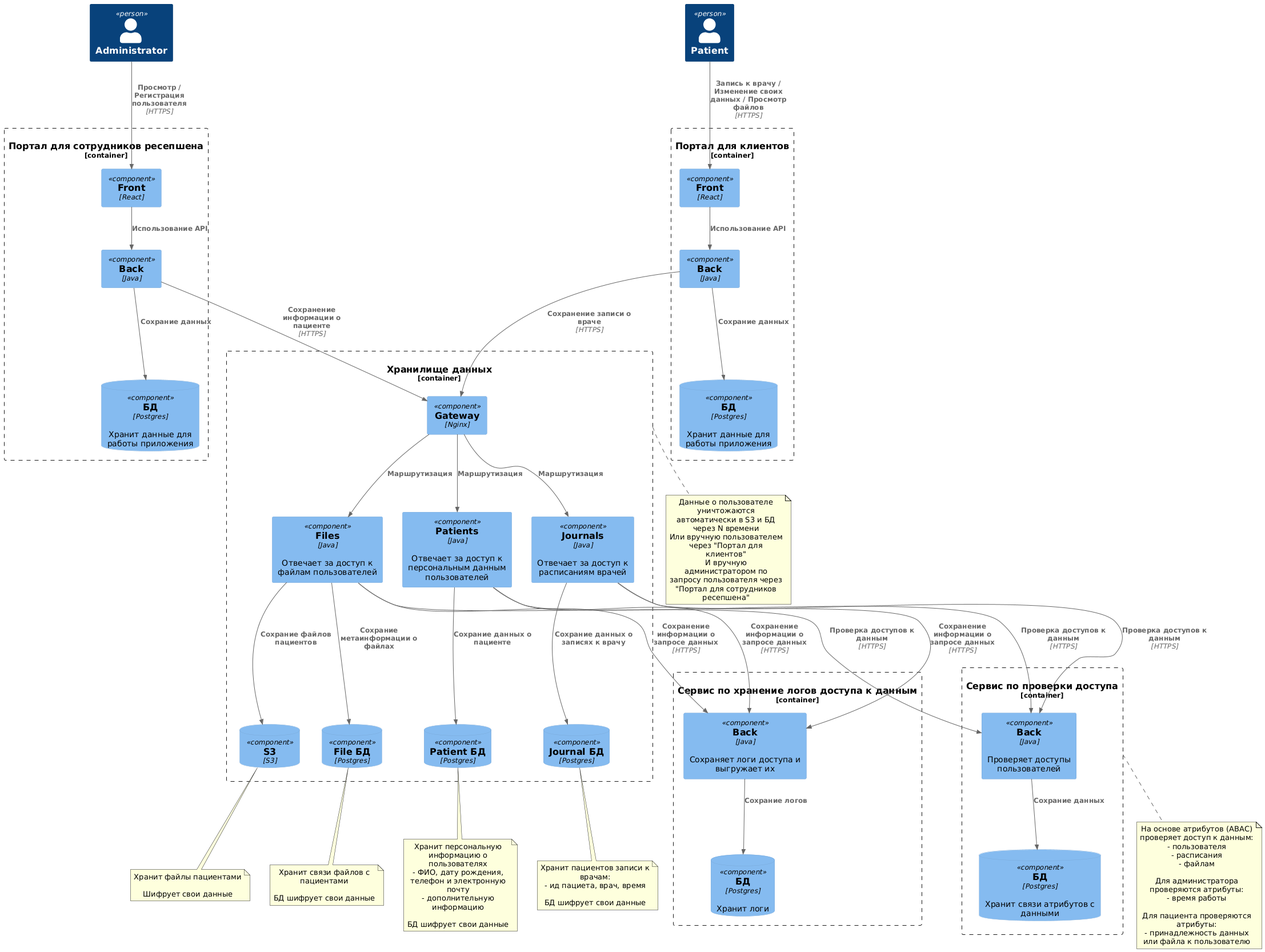
This is Exc2/C4_container.png from Implozium/architecture-sprint-10, a PlantUML export, as it was before one commit.
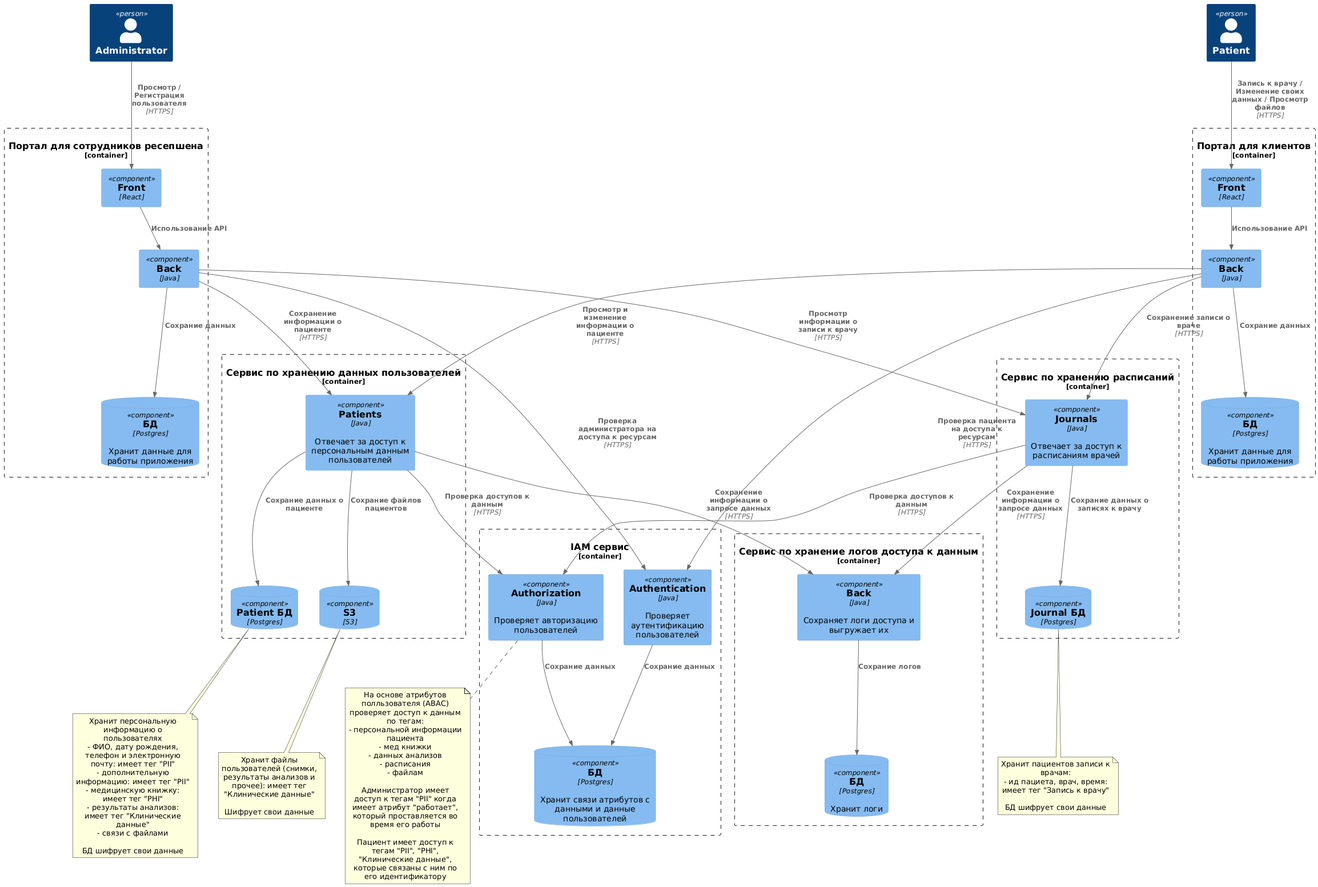
Above is the later version.

What changed in the source:
```diff
@@ -11,80 +11,66 @@
     Rel(logServiceBack, logServiceDB, "Сохрание логов")
 }
 
-Container_Boundary(accessService, "Сервис по проверки доступа") {
-    Component(accessServiceBack, "Back", "Java", "Проверяет доступы пользователей")
-    ComponentDb(accessServiceDB, "БД", "Postgres", "Хранит связи атрибутов с данными")
+Container_Boundary(iamService, "IAM сервис") {
+    Component(iamServiceAuthentication, "Authentication", "Java", "Проверяет аутентификацию пользователей")
+    Component(iamServiceAuthorization, "Authorization", "Java", "Проверяет авторизацию пользователей")
+    ComponentDb(iamServiceDB, "БД", "Postgres", "Хранит связи атрибутов с данными и данные пользователей")
 
-    Rel(accessServiceBack, accessServiceDB, "Сохрание данных")
+    Rel(iamServiceAuthentication, iamServiceDB, "Сохрание данных")
+    Rel(iamServiceAuthorization, iamServiceDB, "Сохрание данных")
 }
 
-note bottom of accessService
-На основе атрибутов (ABAC) проверяет доступ к данным:
-- пользователя
+note bottom of iamServiceAuthorization
+На основе атрибутов полльзователя (ABAC) проверяет доступ к данным по тегам:
+- персональной информации пациента
+- мед книжки
+- данных анализов
 - расписания
 - файлам
 
-Для администратора проверяются атрибуты:
-- время работы
+Администратор имеет доступ к тегам "PII" когда имеет атрибут "работает", который проставляется во время его работы
 
-Для пациента проверяются атрибуты:
-- принадлежность данных или файла к пользователю
+Пациент имеет доступ к тегам "PII", "PHI", "Клинические данные", которые связаны с ним по его идентификатору
 end note
 
-Container_Boundary(dataWarehouse, "Хранилище данных") {
-    Component(dataWarehouseGateway, "Gateway", "Nginx")
-    Component(dataWarehousePatients, "Patients", "Java", "Отвечает за доступ к персональным данным пользователей")
-    Component(dataWarehouseJournals, "Journals", "Java", "Отвечает за доступ к расписаниям врачей")
-    Component(dataWarehouseFiles, "Files", "Java", "Отвечает за доступ к файлам пользователей")
+Container_Boundary(patientService, "Сервис по хранению данных пользователей") {
+    Component(patientsCore, "Patients", "Java", "Отвечает за доступ к персональным данным пользователей")
+    ComponentDb(patientDB, "Patient БД", "Postgres")
+    ComponentDb(patientS3, "S3", "S3")
 
-    ComponentDb(dataWarehousePatientDB, "Patient БД", "Postgres")
-    ComponentDb(dataWarehouseJournalDB, "Journal БД", "Postgres")
-    ComponentDb(dataWarehouseFileDB, "File БД", "Postgres")
-
-    ComponentDb(dataWarehouseS3, "S3", "S3")
-
-    Rel(dataWarehousePatients, dataWarehousePatientDB, "Сохрание данных о пациенте")
-    Rel(dataWarehouseJournals, dataWarehouseJournalDB, "Сохрание данных о записях к врачу")
-    Rel(dataWarehouseFiles, dataWarehouseFileDB, "Сохрание метаинформации о файлах")
-    Rel(dataWarehouseFiles, dataWarehouseS3, "Сохрание файлов пациентов")
-
-    Rel(dataWarehouseGateway, dataWarehousePatients, "Маршрутизация")
-    Rel(dataWarehouseGateway, dataWarehouseJournals, "Маршрутизация")
-    Rel(dataWarehouseGateway, dataWarehouseFiles, "Маршрутизация")
+    Rel(patientsCore, patientS3, "Сохрание файлов пациентов")
+    Rel(patientsCore, patientDB, "Сохрание данных о пациенте")
 }
 
-note bottom of dataWarehousePatientDB
+note bottom of patientDB
 Хранит персональную информацию о пользователях
-- ФИО, дату рождения, телефон и электронную почту
-- дополнительную информацию
+- ФИО, дату рождения, телефон и электронную почту: имеет тег "PII"
+- дополнительную информацию: имеет тег "PII"
+- медицинскую книжку: имеет тег "PHI"
+- результаты анализов: имеет тег "Клинические данные"
+- связи с файлами
 
 БД шифрует свои данные
 end note
 
-note bottom of dataWarehouseJournalDB
-Хранит пациентов записи к врачам:
-- ид пациета, врач, время
-
-БД шифрует свои данные
-end note
-
-note bottom of dataWarehouseFileDB
-Хранит связи файлов с пациентами
-
-БД шифрует свои данные
-end note
-
-note bottom of dataWarehouseS3
-Хранит файлы пациентами
+note bottom of patientS3
+Хранит файлы пользователей (снимки, результаты анализов и прочее): имеет тег "Клинические данные"
 
 Шифрует свои данные
 end note
 
-note bottom of dataWarehouse
-Данные о пользователе уничтожаются автоматически в S3 и БД
-через N времени
-Или вручную пользователем через "Портал для клиентов"
-И вручную администратором по запросу пользователя через "Портал для сотрудников ресепшена"
+Container_Boundary(journalService, "Сервис по хранению расписаний") {
+    Component(journalCore, "Journals", "Java", "Отвечает за доступ к расписаниям врачей")
+    ComponentDb(journalDB, "Journal БД", "Postgres")
+
+    Rel(journalCore, journalDB, "Сохрание данных о записях к врачу")
+}
+
+note bottom of journalDB
+Хранит пациентов записи к врачам:
+- ид пациета, врач, время: имеет тег "Запись к врачу"
+
+БД шифрует свои данные
 end note
 
 Container_Boundary(clientPortal, "Портал для клиентов") {
@@ -105,18 +91,21 @@
     Rel(administratorPortalBack, administratorPortalDB, "Сохрание данных")
 }
 
-Rel(clientPortalBack, dataWarehouseGateway, "Сохранение записи о враче", "HTTPS")
-Rel(administratorPortalBack, dataWarehouseGateway, "Сохранение информации о пациенте", "HTTPS")
+Rel(clientPortalBack, journalCore, "Сохранение записи о враче", "HTTPS")
+Rel(clientPortalBack, patientsCore, "Просмотр и изменение информации о пациенте", "HTTPS")
+Rel(clientPortalBack, iamServiceAuthentication, "Проверка пациента на доступа к ресурсам", "HTTPS")
+
+Rel(administratorPortalBack, patientsCore, "Сохранение информации о пациенте", "HTTPS")
+Rel(administratorPortalBack, journalCore, "Просмотр информации о записи к врачу", "HTTPS")
+Rel(administratorPortalBack, iamServiceAuthentication, "Проверка администратора на доступа к ресурсам", "HTTPS")
 
 Rel(patient, clientPortalFront, "Запись к врачу / Изменение своих данных / Просмотр файлов", "HTTPS")
 
 Rel(administrator, administratorPortalFront, "Просмотр / Регистрация пользователя", "HTTPS")
 
-Rel(dataWarehousePatients, accessServiceBack, "Проверка доступов к данным", "HTTPS")
-Rel(dataWarehouseJournals, accessServiceBack, "Проверка доступов к данным", "HTTPS")
-Rel(dataWarehouseFiles, accessServiceBack, "Проверка доступов к данным", "HTTPS")
+Rel(patientsCore, iamServiceAuthorization, "Проверка доступов к данным", "HTTPS")
+Rel(journalCore, iamServiceAuthorization, "Проверка доступов к данным", "HTTPS")
 
-Rel(dataWarehousePatients, logServiceBack, "Сохранение информации о запросе данных", "HTTPS")
-Rel(dataWarehouseJournals, logServiceBack, "Сохранение информации о запросе данных", "HTTPS")
-Rel(dataWarehouseFiles, logServiceBack, "Сохранение информации о запросе данных", "HTTPS")
+Rel(patientsCore, logServiceBack, "Сохранение информации о запросе данных", "HTTPS")
+Rel(journalCore, logServiceBack, "Сохранение информации о запросе данных", "HTTPS")
 @enduml
```
